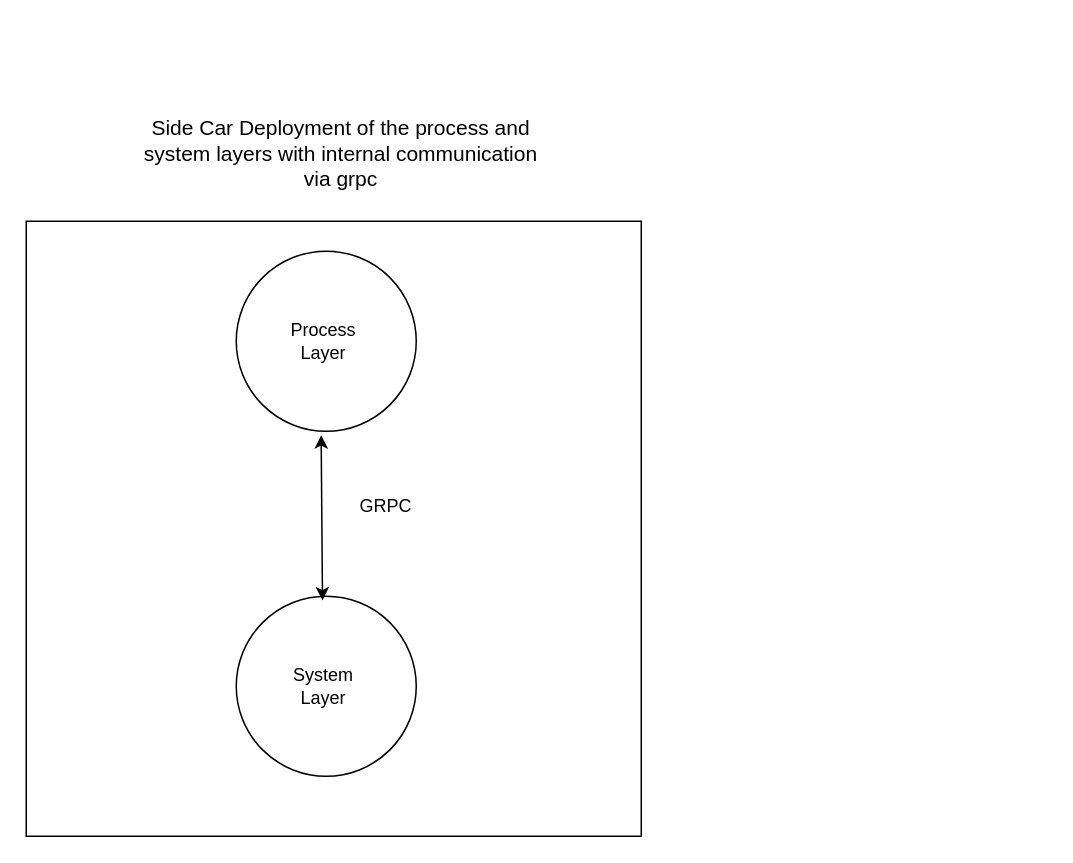
Before: MTN-Architectures.drawio in tyger-rareatom/consulting-architectures, a draw.io diagram. Source tidied: cells renumbered, new cells numbered last; positions are measured from the earlier drawing's top-left corner, leaving out a move shared by most shapes. Both pictures are drawn from the tidied source at 150%, with x=0, y=0 at pixel (26, 100).
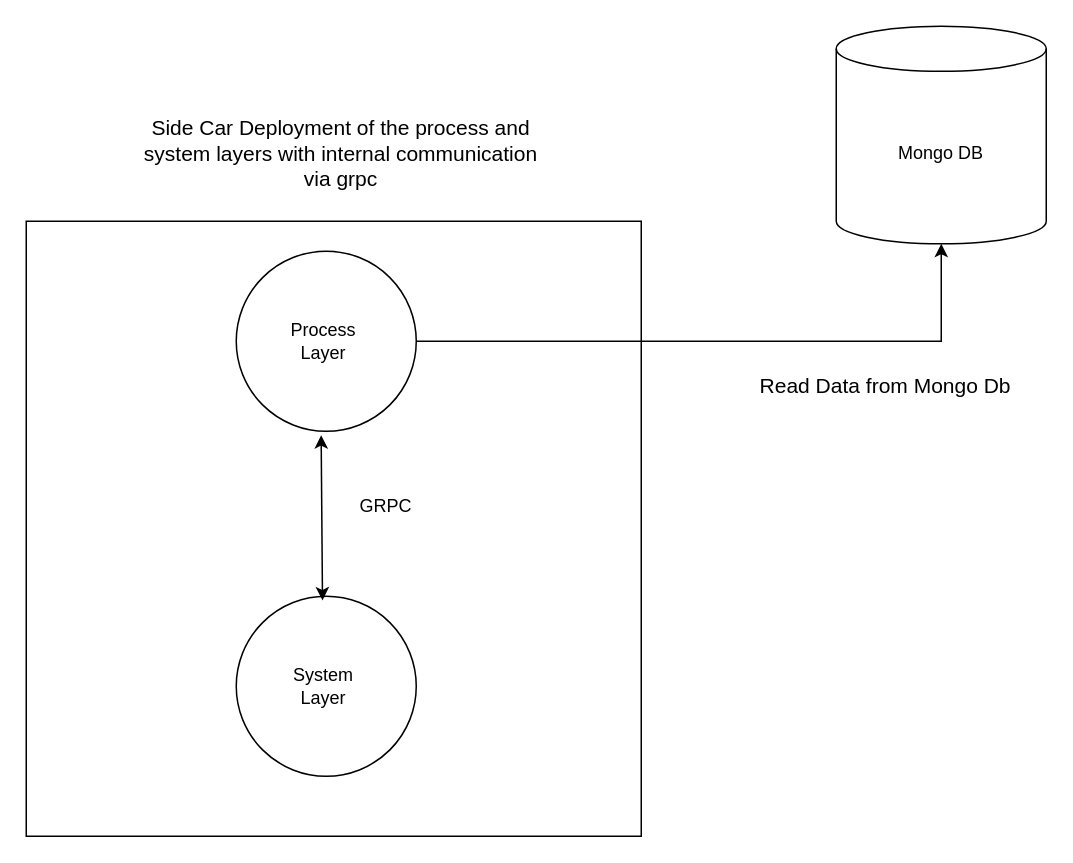
Above is the later version.

Commit message:
Mongo db addition to the architectures

Change to the diagram source:
```diff
@@
 <mxGraphModel>
   <root>
     <mxCell id="0" />
     <mxCell id="1" parent="0" />
     <mxCell id="2" style="whiteSpace=wrap;html=1;" parent="1" vertex="1">
       <mxGeometry y="80" width="410" height="410" as="geometry" />
     </mxCell>
     <mxCell id="3" value="System&amp;nbsp;&lt;br&gt;Layer&amp;nbsp;" style="ellipse;whiteSpace=wrap;html=1;" parent="1" vertex="1">
       <mxGeometry x="140" y="330" width="120" height="120" as="geometry" />
     </mxCell>
+    <mxCell id="8" style="edgeStyle=orthogonalEdgeStyle;rounded=0;jettySize=auto;html=1;" parent="1" edge="1" source="4" target="9">
+      <mxGeometry relative="1" as="geometry" />
+    </mxCell>
     <mxCell id="4" value="Process&amp;nbsp;&lt;br&gt;Layer&amp;nbsp;" style="ellipse;whiteSpace=wrap;html=1;" parent="1" vertex="1">
       <mxGeometry x="140" y="100" width="120" height="120" as="geometry" />
     </mxCell>
     <mxCell id="5" style="endArrow=classic;startArrow=classic;html=1;entryX=0.345;entryY=0.982;entryDx=0;entryDy=0;entryPerimeter=0;exitX=0.339;exitY=0.02;exitDx=0;exitDy=0;exitPerimeter=0;" parent="1" edge="1">
       <mxGeometry relative="1" as="geometry">
         <mxPoint x="197.5" y="332.8" as="sourcePoint" />
         <mxPoint x="196.6" y="222.6" as="targetPoint" />
       </mxGeometry>
     </mxCell>
     <mxCell id="6" value="GRPC" style="text;html=1;strokeColor=none;fillColor=none;align=center;verticalAlign=middle;whiteSpace=wrap;rounded=0;" parent="1" vertex="1">
       <mxGeometry x="220" y="260" width="40" height="20" as="geometry" />
     </mxCell>
     <mxCell id="7" value="&lt;font style=&quot;font-size: 14px&quot;&gt;Side Car Deployment of the process and system layers with internal communication via grpc&lt;/font&gt;" style="text;html=1;strokeColor=none;fillColor=none;align=center;verticalAlign=middle;whiteSpace=wrap;rounded=0;" parent="1" vertex="1">
       <mxGeometry x="70" width="280" height="70" as="geometry" />
     </mxCell>
+    <mxCell id="9" value="Mongo DB" style="shape=cylinder3;whiteSpace=wrap;html=1;boundedLbl=1;backgroundOutline=1;size=15;" parent="1" vertex="1">
+      <mxGeometry x="540" y="-50" width="140" height="145" as="geometry" />
+    </mxCell>
+    <mxCell id="10" value="&lt;font style=&quot;font-size: 14px&quot;&gt;Read Data from Mongo Db&amp;nbsp;&lt;/font&gt;" style="text;html=1;strokeColor=none;fillColor=none;align=center;verticalAlign=middle;whiteSpace=wrap;rounded=0;" parent="1" vertex="1">
+      <mxGeometry x="480" y="180" width="190" height="20" as="geometry" />
+    </mxCell>
   </root>
 </mxGraphModel>
```
